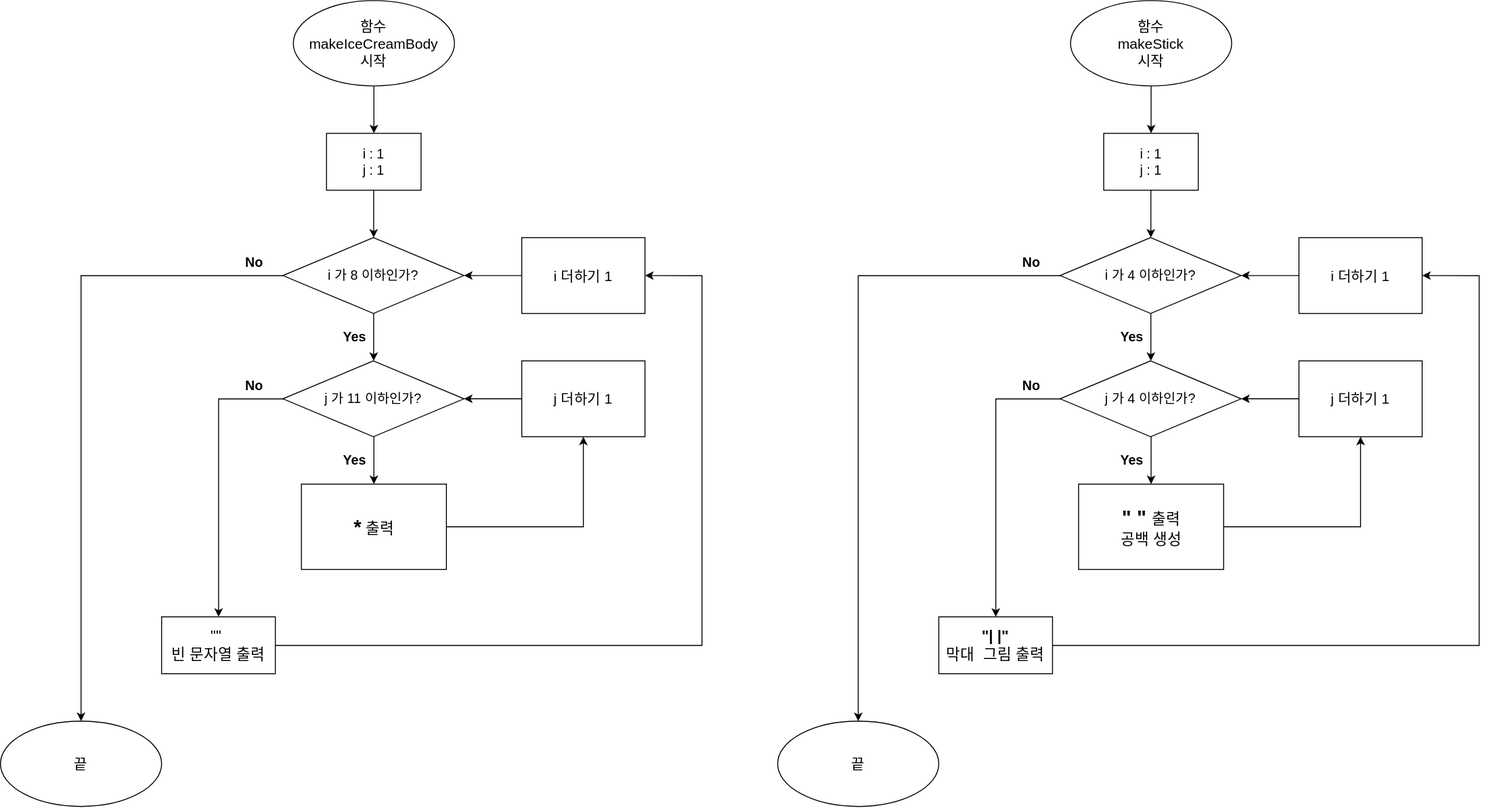
The draw.io diagram 순서도.drawio.svg in yagom-academy/swift-starter-camp-4th, before a commit. Source tidied: cells renumbered, new cells last; positions are measured from the earlier drawing's top-left corner, leaving out a move shared by most shapes.
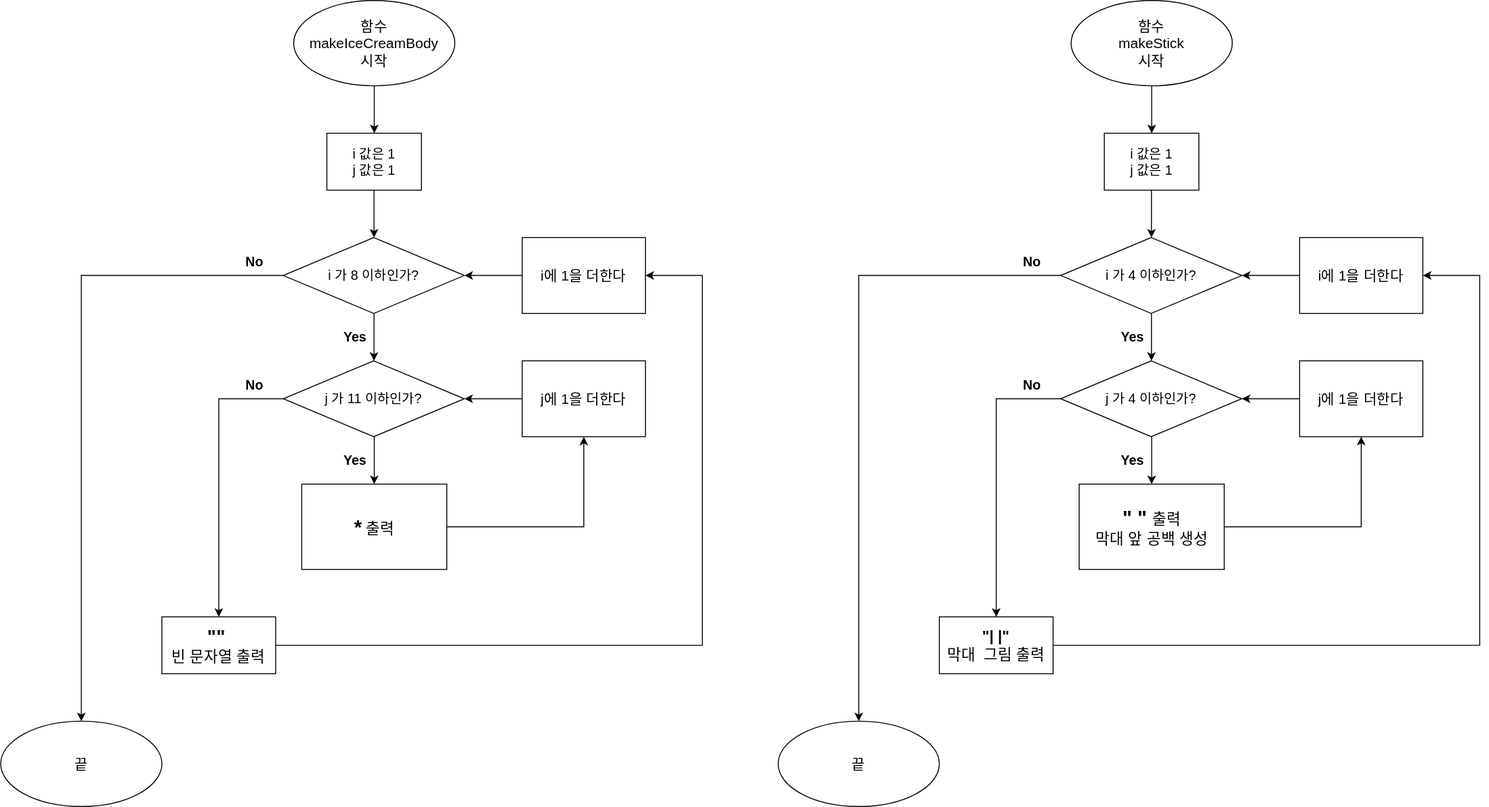
After the change.

Commit message:
순서도 수정

What changed in the source:
```diff
@@ -10,7 +10,7 @@
     <mxCell id="3" value="&lt;font style=&quot;font-size: 15px&quot;&gt;함수 &lt;br&gt;makeIceCreamBody &lt;br&gt;시작&lt;/font&gt;" style="ellipse;whiteSpace=wrap;html=1;" parent="1" vertex="1">
       <mxGeometry x="309" width="170" height="90" as="geometry" />
     </mxCell>
-    <mxCell id="4" value="&lt;font style=&quot;font-size: 14px&quot;&gt;i : 1&lt;br&gt;j : 1&lt;/font&gt;" style="rounded=0;whiteSpace=wrap;html=1;" parent="1" vertex="1">
+    <mxCell id="4" value="&lt;font style=&quot;font-size: 14px&quot;&gt;i 값은 1&lt;br&gt;j 값은 1&lt;/font&gt;" style="rounded=0;whiteSpace=wrap;html=1;" parent="1" vertex="1">
       <mxGeometry x="344" y="140" width="99.8" height="60" as="geometry" />
     </mxCell>
     <mxCell id="5" style="edgeStyle=orthogonalEdgeStyle;rounded=0;jettySize=auto;html=1;fontSize=16;entryX=0.5;entryY=0;entryDx=0;entryDy=0;" parent="1" edge="1" source="6" target="24">
@@ -52,7 +52,7 @@
     <mxCell id="14" style="edgeStyle=orthogonalEdgeStyle;rounded=0;jettySize=auto;html=1;fontSize=14;" parent="1" edge="1" source="15" target="10">
       <mxGeometry relative="1" as="geometry" />
     </mxCell>
-    <mxCell id="15" value="&lt;font style=&quot;font-size: 15px&quot;&gt;j 더하기 1&lt;/font&gt;" style="whiteSpace=wrap;html=1;rounded=0;" parent="1" vertex="1">
+    <mxCell id="15" value="&lt;font style=&quot;font-size: 15px&quot;&gt;j에 1을 더한다&lt;/font&gt;" style="whiteSpace=wrap;html=1;rounded=0;" parent="1" vertex="1">
       <mxGeometry x="550" y="380" width="130" height="80" as="geometry" />
     </mxCell>
     <mxCell id="16" value="&lt;b&gt;Yes&lt;/b&gt;" style="text;html=1;strokeColor=none;fillColor=none;align=center;verticalAlign=middle;whiteSpace=wrap;rounded=0;fontSize=14;" parent="1" vertex="1">
@@ -66,7 +66,7 @@
         </Array>
       </mxGeometry>
     </mxCell>
-    <mxCell id="18" value="&lt;font style=&quot;font-size: 16px&quot;&gt;&quot;&quot;&amp;nbsp;&lt;br&gt;빈 문자열 출력&lt;/font&gt;" style="whiteSpace=wrap;html=1;rounded=0;" parent="1" vertex="1">
+    <mxCell id="18" value="&lt;font style=&quot;font-size: 20px&quot;&gt;&lt;b&gt;&quot;&quot;&lt;/b&gt;&lt;/font&gt;&lt;font style=&quot;font-size: 16px&quot;&gt;&amp;nbsp;&lt;br&gt;빈 문자열 출력&lt;/font&gt;" style="whiteSpace=wrap;html=1;rounded=0;" parent="1" vertex="1">
       <mxGeometry x="170" y="650" width="120" height="60" as="geometry" />
     </mxCell>
     <mxCell id="19" value="&lt;b&gt;Yes&lt;/b&gt;" style="text;html=1;strokeColor=none;fillColor=none;align=center;verticalAlign=middle;whiteSpace=wrap;rounded=0;fontSize=14;" parent="1" vertex="1">
@@ -78,7 +78,7 @@
     <mxCell id="21" style="edgeStyle=orthogonalEdgeStyle;rounded=0;jettySize=auto;html=1;fontSize=16;" parent="1" edge="1" source="22" target="6">
       <mxGeometry relative="1" as="geometry" />
     </mxCell>
-    <mxCell id="22" value="&lt;font style=&quot;font-size: 15px&quot;&gt;i 더하기 1&lt;/font&gt;" style="whiteSpace=wrap;html=1;rounded=0;" parent="1" vertex="1">
+    <mxCell id="22" value="&lt;font style=&quot;font-size: 15px&quot;&gt;i에 1을 더한다&lt;/font&gt;" style="whiteSpace=wrap;html=1;rounded=0;" parent="1" vertex="1">
       <mxGeometry x="550" y="250" width="130" height="80" as="geometry" />
     </mxCell>
     <mxCell id="23" value="&lt;b&gt;No&lt;/b&gt;" style="text;html=1;strokeColor=none;fillColor=none;align=center;verticalAlign=middle;whiteSpace=wrap;rounded=0;fontSize=14;" parent="1" vertex="1">
@@ -95,7 +95,7 @@
     <mxCell id="26" value="&lt;font style=&quot;font-size: 15px&quot;&gt;함수 &lt;br&gt;makeStick&lt;br&gt;시작&lt;/font&gt;" style="ellipse;whiteSpace=wrap;html=1;" parent="1" vertex="1">
       <mxGeometry x="1129" width="170" height="90" as="geometry" />
     </mxCell>
-    <mxCell id="27" value="&lt;font style=&quot;font-size: 14px&quot;&gt;i : 1&lt;br&gt;j : 1&lt;/font&gt;" style="rounded=0;whiteSpace=wrap;html=1;" parent="1" vertex="1">
+    <mxCell id="27" value="&lt;font style=&quot;font-size: 14px&quot;&gt;i 값은 1&lt;br&gt;j 값은 1&lt;br&gt;&lt;/font&gt;" style="rounded=0;whiteSpace=wrap;html=1;" parent="1" vertex="1">
       <mxGeometry x="1164" y="140" width="99.8" height="60" as="geometry" />
     </mxCell>
     <mxCell id="28" style="edgeStyle=orthogonalEdgeStyle;rounded=0;jettySize=auto;html=1;fontSize=16;entryX=0.5;entryY=0;entryDx=0;entryDy=0;" parent="1" edge="1" source="29" target="47">
@@ -131,13 +131,13 @@
     <mxCell id="35" style="edgeStyle=orthogonalEdgeStyle;rounded=0;jettySize=auto;html=1;fontSize=14;" parent="1" edge="1" source="36" target="38">
       <mxGeometry relative="1" as="geometry" />
     </mxCell>
-    <mxCell id="36" value="&lt;font&gt;&lt;span style=&quot;font-weight: bold ; font-size: 21px&quot;&gt;&quot; &quot; &lt;/span&gt;&lt;font style=&quot;font-size: 16px&quot;&gt;출력&lt;/font&gt;&lt;br&gt;&lt;font style=&quot;font-size: 16px&quot;&gt;공백 생성&lt;/font&gt;&lt;br&gt;&lt;/font&gt;" style="rounded=0;whiteSpace=wrap;html=1;" parent="1" vertex="1">
+    <mxCell id="36" value="&lt;font&gt;&lt;span style=&quot;font-weight: bold ; font-size: 21px&quot;&gt;&quot; &quot; &lt;/span&gt;&lt;font style=&quot;font-size: 16px&quot;&gt;출력&lt;/font&gt;&lt;br&gt;&lt;font style=&quot;font-size: 16px&quot;&gt;막대 앞 공백 생성&lt;/font&gt;&lt;br&gt;&lt;/font&gt;" style="rounded=0;whiteSpace=wrap;html=1;" parent="1" vertex="1">
       <mxGeometry x="1137.5" y="510" width="153" height="90" as="geometry" />
     </mxCell>
     <mxCell id="37" style="edgeStyle=orthogonalEdgeStyle;rounded=0;jettySize=auto;html=1;fontSize=14;" parent="1" edge="1" source="38" target="33">
       <mxGeometry relative="1" as="geometry" />
     </mxCell>
-    <mxCell id="38" value="&lt;font style=&quot;font-size: 15px&quot;&gt;j 더하기 1&lt;/font&gt;" style="whiteSpace=wrap;html=1;rounded=0;" parent="1" vertex="1">
+    <mxCell id="38" value="&lt;span style=&quot;font-size: 15px&quot;&gt;j에 1을 더한다&lt;/span&gt;" style="whiteSpace=wrap;html=1;rounded=0;" parent="1" vertex="1">
       <mxGeometry x="1370" y="380" width="130" height="80" as="geometry" />
     </mxCell>
     <mxCell id="39" value="&lt;b&gt;Yes&lt;/b&gt;" style="text;html=1;strokeColor=none;fillColor=none;align=center;verticalAlign=middle;whiteSpace=wrap;rounded=0;fontSize=14;" parent="1" vertex="1">
@@ -163,7 +163,7 @@
     <mxCell id="44" style="edgeStyle=orthogonalEdgeStyle;rounded=0;jettySize=auto;html=1;fontSize=16;" parent="1" edge="1" source="45" target="29">
       <mxGeometry relative="1" as="geometry" />
     </mxCell>
-    <mxCell id="45" value="&lt;font style=&quot;font-size: 15px&quot;&gt;i 더하기 1&lt;/font&gt;" style="whiteSpace=wrap;html=1;rounded=0;" parent="1" vertex="1">
+    <mxCell id="45" value="&lt;span style=&quot;font-size: 15px&quot;&gt;i에 1을 더한다&lt;/span&gt;" style="whiteSpace=wrap;html=1;rounded=0;" parent="1" vertex="1">
       <mxGeometry x="1370" y="250" width="130" height="80" as="geometry" />
     </mxCell>
     <mxCell id="46" value="&lt;b&gt;No&lt;/b&gt;" style="text;html=1;strokeColor=none;fillColor=none;align=center;verticalAlign=middle;whiteSpace=wrap;rounded=0;fontSize=14;" parent="1" vertex="1">
```
